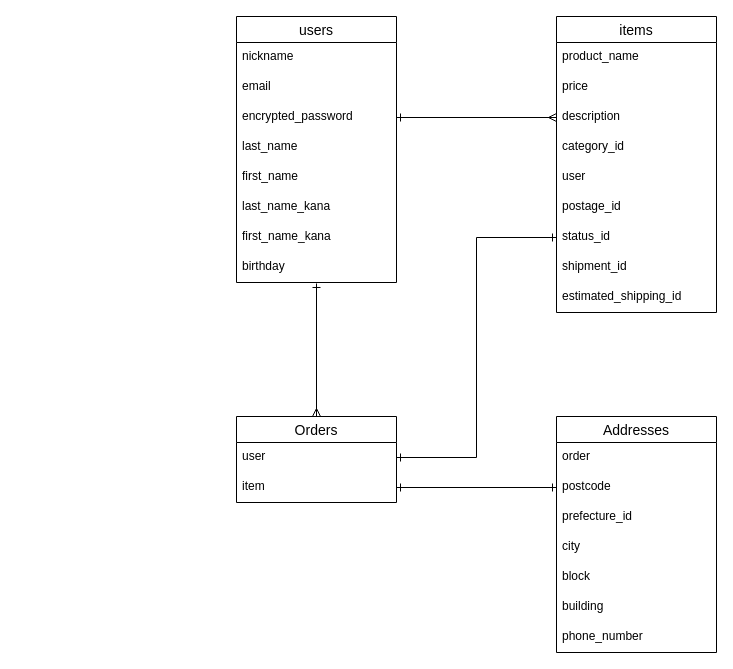
Above: test.dio in nakadairay/furima-36395 (draw.io), before the change. Source tidied: cells renumbered, new cells numbered last; positions are measured from the earlier drawing's top-left corner, leaving out a move shared by most shapes. Both pictures are drawn from the tidied source at 100%, with x=0, y=0 at pixel (236, 16).
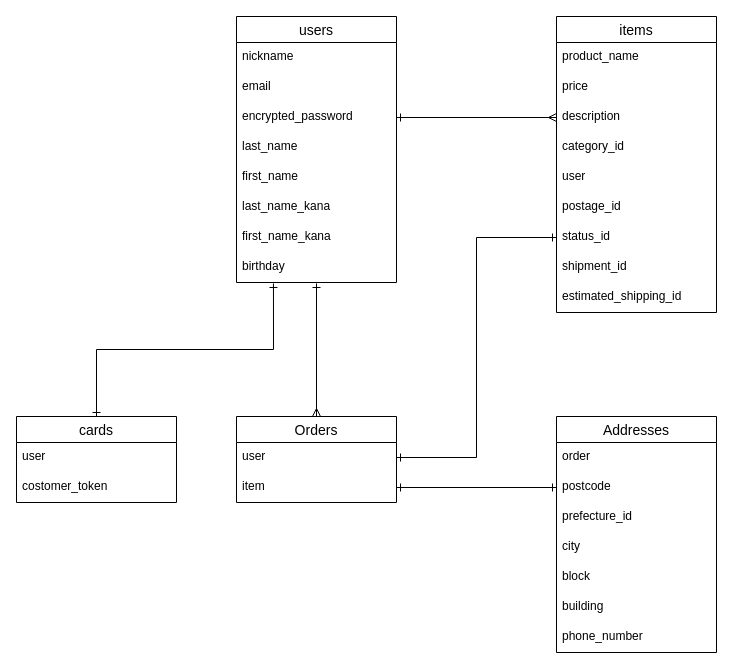
After the change.

The change refers to these unchanged cells:
```xml
<mxCell id="24" value="birthday" style="text;strokeColor=none;fillColor=none;spacingLeft=4;spacingRight=4;overflow=hidden;points=[[0,0.5],[1,0.5]];portConstraint=eastwest;fontSize=12;" parent="16" vertex="1">
  <mxGeometry y="236" width="160" height="30" as="geometry" />
</mxCell>
```

The edit, as a diff of the source:
```diff
@@
+    <mxCell id="36" style="edgeStyle=orthogonalEdgeStyle;rounded=0;jettySize=auto;html=1;exitX=0.5;exitY=0;exitDx=0;exitDy=0;entryX=0.231;entryY=1.033;entryDx=0;entryDy=0;entryPerimeter=0;endArrow=ERone;endFill=0;startArrow=ERone;startFill=0;" parent="1" edge="1" source="37" target="24">
+      <mxGeometry relative="1" as="geometry" />
+    </mxCell>
+    <mxCell id="37" value="cards" style="swimlane;fontStyle=0;horizontal=1;startSize=26;align=center;fontSize=14;" parent="1" vertex="1">
+      <mxGeometry x="-220" y="400" width="160" height="86" as="geometry" />
+    </mxCell>
+    <mxCell id="38" value="user" style="text;strokeColor=none;fillColor=none;spacingLeft=4;spacingRight=4;overflow=hidden;fontSize=12;" parent="37" vertex="1">
+      <mxGeometry y="26" width="160" height="30" as="geometry" />
+    </mxCell>
+    <mxCell id="39" value="costomer_token" style="text;strokeColor=none;fillColor=none;spacingLeft=4;spacingRight=4;overflow=hidden;fontSize=12;" parent="37" vertex="1">
+      <mxGeometry y="56" width="160" height="30" as="geometry" />
+    </mxCell>
```
